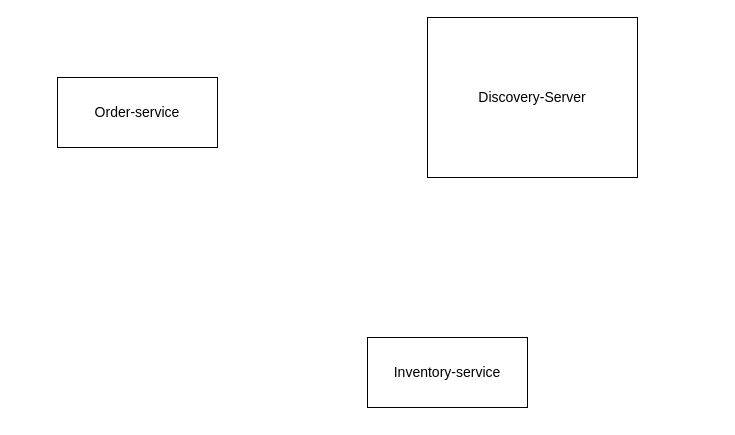
Before: diagram/Biểu đồ không có tiêu đề.drawio in trongphan0500/springmicroservices, a draw.io diagram. Source tidied: cells renumbered, new cells numbered last; positions are measured from the earlier drawing's top-left corner, leaving out a move shared by most shapes. Both pictures are drawn from the tidied source at 100%, with x=0, y=0 at pixel (57, 17).
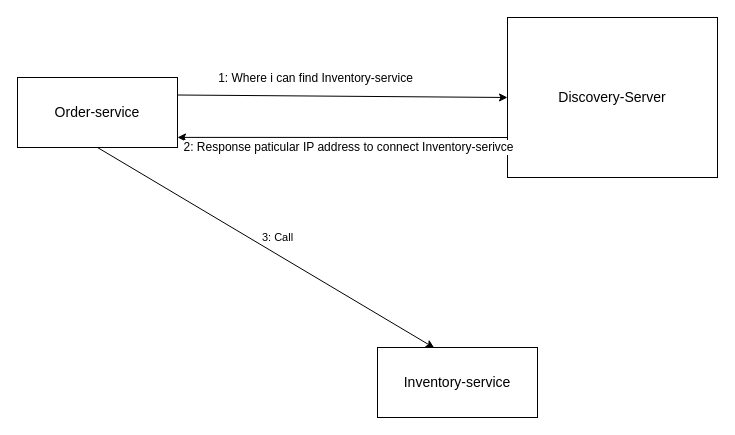
The same page after the edit.

Commit message:
finished communicate in discover server

Change to the diagram source:
```diff
@@
 <mxGraphModel>
   <root>
     <mxCell id="0" />
     <mxCell id="1" parent="0" />
     <mxCell id="2" value="&lt;font style=&quot;font-size: 14px;&quot;&gt;Inventory-service&lt;/font&gt;" style="rounded=0;whiteSpace=wrap;html=1;" parent="1" vertex="1">
-      <mxGeometry x="310" y="320" width="160" height="70" as="geometry" />
+      <mxGeometry x="320" y="330" width="160" height="70" as="geometry" />
     </mxCell>
     <mxCell id="3" value="&lt;span style=&quot;font-size: 14px;&quot;&gt;Order-service&lt;/span&gt;" style="rounded=0;whiteSpace=wrap;html=1;" parent="1" vertex="1">
-      <mxGeometry y="60" width="160" height="70" as="geometry" />
+      <mxGeometry x="-40" y="60" width="160" height="70" as="geometry" />
     </mxCell>
     <mxCell id="4" value="&lt;span style=&quot;font-size: 14px;&quot;&gt;Discovery-Server&lt;/span&gt;" style="rounded=0;whiteSpace=wrap;html=1;" parent="1" vertex="1">
-      <mxGeometry x="370" width="210" height="160" as="geometry" />
+      <mxGeometry x="450" width="210" height="160" as="geometry" />
     </mxCell>
+    <mxCell id="5" style="endArrow=classic;html=1;rounded=0;exitX=1;exitY=0.25;exitDx=0;exitDy=0;entryX=0;entryY=0.5;entryDx=0;entryDy=0;" parent="1" edge="1" source="3" target="4">
+      <mxGeometry relative="1" as="geometry" />
+    </mxCell>
+    <mxCell id="6" value="&lt;font style=&quot;font-size: 12px;&quot;&gt;1: Where i can find Inventory-service&lt;/font&gt;" style="edgeLabel;html=1;align=center;verticalAlign=middle;" parent="5" vertex="1">
+      <mxGeometry x="-0.21" y="2" relative="1" as="geometry">
+        <mxPoint x="7" y="-16" as="offset" />
+      </mxGeometry>
+    </mxCell>
+    <mxCell id="7" style="endArrow=classic;html=1;rounded=0;exitX=0;exitY=0.75;exitDx=0;exitDy=0;" parent="1" edge="1" source="4">
+      <mxGeometry relative="1" as="geometry">
+        <mxPoint x="120" y="119.9" as="targetPoint" />
+      </mxGeometry>
+    </mxCell>
+    <mxCell id="8" value="&lt;font style=&quot;font-size: 12px;&quot;&gt;2: Response paticular IP address to connect Inventory-serivce&lt;/font&gt;" style="edgeLabel;html=1;align=center;verticalAlign=middle;" parent="7" vertex="1">
+      <mxGeometry x="-0.24" y="1" relative="1" as="geometry">
+        <mxPoint x="-34" y="9" as="offset" />
+      </mxGeometry>
+    </mxCell>
+    <mxCell id="9" style="endArrow=classic;html=1;rounded=0;exitX=0.5;exitY=1;exitDx=0;exitDy=0;entryX=0.355;entryY=0.006;entryDx=0;entryDy=0;entryPerimeter=0;" parent="1" edge="1" source="3" target="2">
+      <mxGeometry relative="1" as="geometry" />
+    </mxCell>
+    <mxCell id="10" value="3: Call" style="edgeLabel;html=1;align=center;verticalAlign=middle;" parent="9" vertex="1">
+      <mxGeometry x="0.01" y="-2" relative="1" as="geometry">
+        <mxPoint x="10" y="-13" as="offset" />
+      </mxGeometry>
+    </mxCell>
   </root>
 </mxGraphModel>
```
